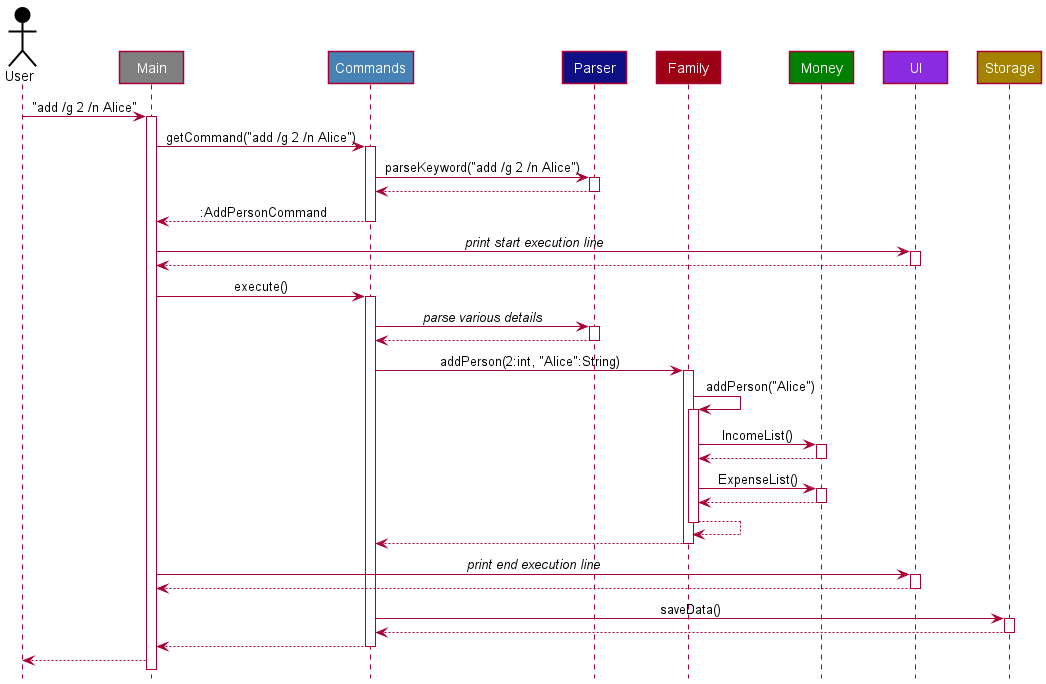
The PlantUML diagram docs/images/ArchitectureSequenceDiagram.png in nus-cs2113-AY2122S2/tp, before a commit.
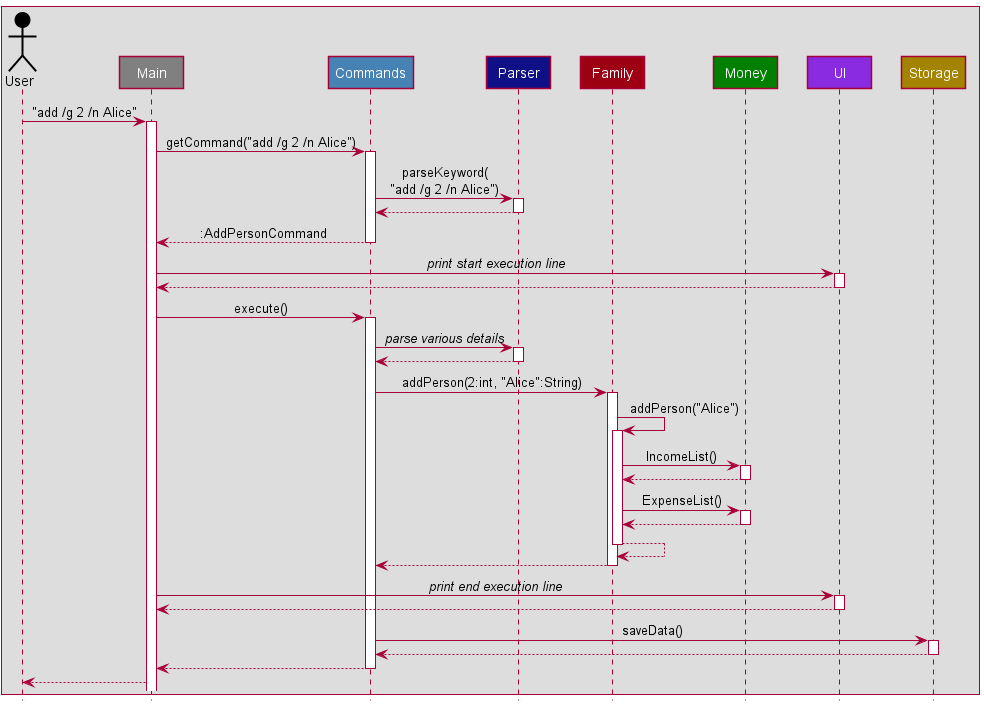
After the commit.

Commit message:
Add more standardization for DG diagrams

What changed in the source:
```diff
@@ -1,6 +1,7 @@
 @startuml
 !include style.puml
 
+box
 Actor User USER_COLOR
 Participant Main #grey
 Participant Commands COMMAND_COLOR
@@ -9,6 +10,7 @@
 Participant Money MONEY_COLOR
 Participant UI UI_COLOR
 Participant Storage STORAGE_COLOR
+end box
 
 User -> Main : "add /g 2 /n Alice"
 
@@ -16,7 +18,7 @@
 Main -> Commands : getCommand("add /g 2 /n Alice")
 
 activate Commands
-Commands -> Parser : parseKeyword("add /g 2 /n Alice")
+Commands -> Parser : parseKeyword(\n"add /g 2 /n Alice")
 
 activate Parser
 Parser --> Commands
```
